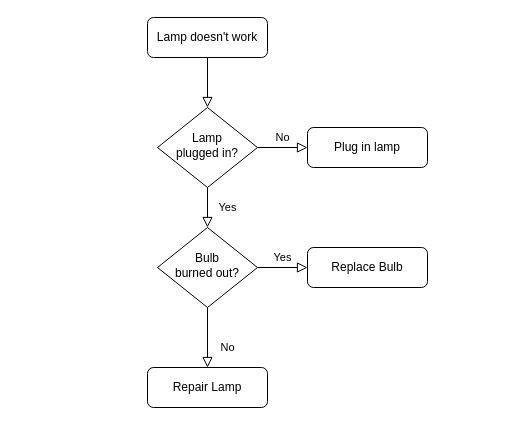
selectbook/DataLake keeps this draw.io diagram as Untitled Diagram.drawio. Above is the earlier version. Source tidied: cells renumbered, new cells numbered last; positions are measured from the earlier drawing's top-left corner, leaving out a move shared by most shapes. Both pictures are drawn from the tidied source at 100%, with x=0, y=0 at pixel (147, 17).
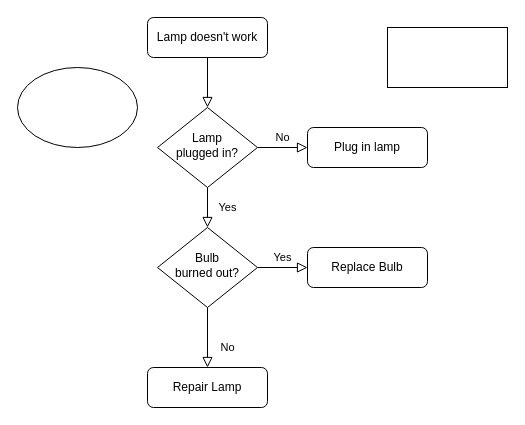
The same page after the edit.

The edit, as a diff of the source:
```diff
@@
 <mxGraphModel>
   <root>
     <mxCell id="0" />
     <mxCell id="1" parent="0" />
     <mxCell id="2" style="rounded=0;html=1;jettySize=auto;fontSize=11;endArrow=block;endFill=0;endSize=8;strokeWidth=1;shadow=0;labelBackgroundColor=none;edgeStyle=orthogonalEdgeStyle;" parent="1" edge="1" source="3" target="6">
       <mxGeometry relative="1" as="geometry" />
     </mxCell>
     <mxCell id="3" value="Lamp doesn't work" style="rounded=1;whiteSpace=wrap;html=1;fontSize=12;glass=0;strokeWidth=1;shadow=0;" parent="1" vertex="1">
       <mxGeometry width="120" height="40" as="geometry" />
     </mxCell>
     <mxCell id="4" value="Yes" style="rounded=0;html=1;jettySize=auto;fontSize=11;endArrow=block;endFill=0;endSize=8;strokeWidth=1;shadow=0;labelBackgroundColor=none;edgeStyle=orthogonalEdgeStyle;" parent="1" edge="1" source="6" target="10">
       <mxGeometry y="20" relative="1" as="geometry" />
     </mxCell>
     <mxCell id="5" value="No" style="edgeStyle=orthogonalEdgeStyle;rounded=0;html=1;jettySize=auto;fontSize=11;endArrow=block;endFill=0;endSize=8;strokeWidth=1;shadow=0;labelBackgroundColor=none;" parent="1" edge="1" source="6" target="7">
       <mxGeometry y="10" relative="1" as="geometry" />
     </mxCell>
     <mxCell id="6" value="Lamp&lt;br&gt;plugged in?" style="rhombus;whiteSpace=wrap;html=1;shadow=0;fontFamily=Helvetica;fontSize=12;align=center;strokeWidth=1;spacing=6;spacingTop=-4;" parent="1" vertex="1">
       <mxGeometry x="10" y="90" width="100" height="80" as="geometry" />
     </mxCell>
     <mxCell id="7" value="Plug in lamp" style="rounded=1;whiteSpace=wrap;html=1;fontSize=12;glass=0;strokeWidth=1;shadow=0;" parent="1" vertex="1">
       <mxGeometry x="160" y="110" width="120" height="40" as="geometry" />
     </mxCell>
     <mxCell id="8" value="No" style="rounded=0;html=1;jettySize=auto;fontSize=11;endArrow=block;endFill=0;endSize=8;strokeWidth=1;shadow=0;labelBackgroundColor=none;edgeStyle=orthogonalEdgeStyle;" parent="1" edge="1" source="10" target="11">
       <mxGeometry x="0.33" y="20" relative="1" as="geometry" />
     </mxCell>
     <mxCell id="9" value="Yes" style="edgeStyle=orthogonalEdgeStyle;rounded=0;html=1;jettySize=auto;fontSize=11;endArrow=block;endFill=0;endSize=8;strokeWidth=1;shadow=0;labelBackgroundColor=none;" parent="1" edge="1" source="10" target="12">
       <mxGeometry y="10" relative="1" as="geometry" />
     </mxCell>
     <mxCell id="10" value="Bulb&lt;br&gt;burned out?" style="rhombus;whiteSpace=wrap;html=1;shadow=0;fontFamily=Helvetica;fontSize=12;align=center;strokeWidth=1;spacing=6;spacingTop=-4;" parent="1" vertex="1">
       <mxGeometry x="10" y="210" width="100" height="80" as="geometry" />
     </mxCell>
     <mxCell id="11" value="Repair Lamp" style="rounded=1;whiteSpace=wrap;html=1;fontSize=12;glass=0;strokeWidth=1;shadow=0;" parent="1" vertex="1">
       <mxGeometry y="350" width="120" height="40" as="geometry" />
     </mxCell>
     <mxCell id="12" value="Replace Bulb" style="rounded=1;whiteSpace=wrap;html=1;fontSize=12;glass=0;strokeWidth=1;shadow=0;" parent="1" vertex="1">
       <mxGeometry x="160" y="230" width="120" height="40" as="geometry" />
     </mxCell>
+    <mxCell id="13" style="rounded=0;whiteSpace=wrap;html=1;" parent="1" vertex="1">
+      <mxGeometry x="240" y="10" width="120" height="60" as="geometry" />
+    </mxCell>
+    <mxCell id="14" style="ellipse;whiteSpace=wrap;html=1;" parent="1" vertex="1">
+      <mxGeometry x="-130" y="50" width="120" height="80" as="geometry" />
+    </mxCell>
   </root>
 </mxGraphModel>
```
